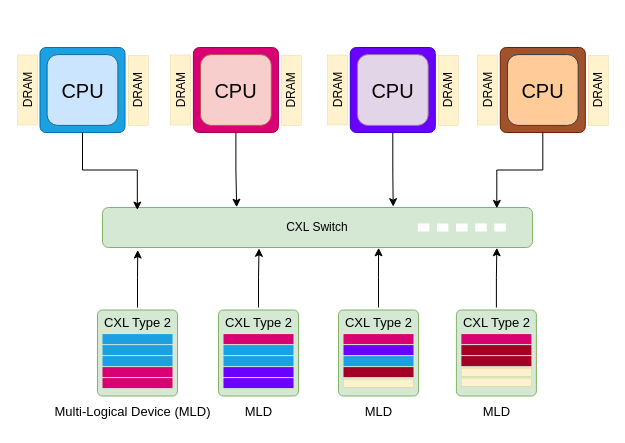
This is Copy of Figure 4b - Memory Sharing MLDs With a Switch.drawio from kamilkhan52/cxl_diagrams, a draw.io file, before an edit. Source tidied: cells renumbered, new cells numbered last; positions are measured from the earlier drawing's top-left corner, leaving out a move shared by most shapes. Both pictures are drawn from the tidied source at 100%, with x=0, y=0 at pixel (-8, 47).
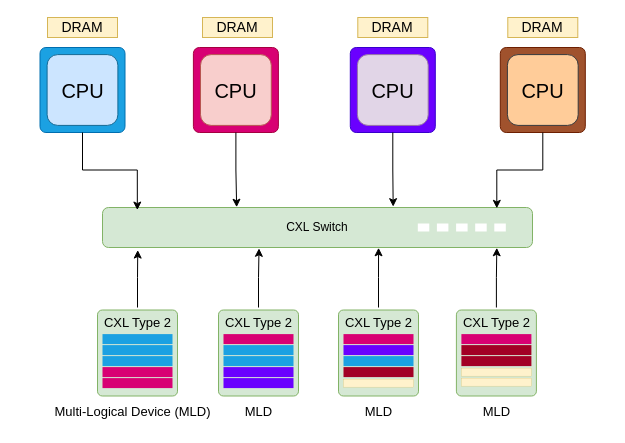
The same diagram, later.

The edit, as a diff of the source:
```diff
@@
-    <mxCell id="34" value="DRAM" style="rounded=0;whiteSpace=wrap;html=1;fillColor=#fff2cc;strokeColor=#d6b656;shadow=0;textShadow=0;strokeWidth=0.25;rotation=-90;glass=0;fillStyle=auto;gradientColor=none;" parent="1" vertex="1">
-      <mxGeometry y="32.5" width="70" height="20" as="geometry" />
-    </mxCell>
@@
-    <mxCell id="38" value="DRAM" style="rounded=0;whiteSpace=wrap;html=1;fillColor=#fff2cc;strokeColor=#d6b656;shadow=0;textShadow=0;strokeWidth=0.25;rotation=-90;glass=0;fillStyle=auto;gradientColor=none;" parent="1" vertex="1">
-      <mxGeometry x="110.7" y="33" width="70" height="20" as="geometry" />
-    </mxCell>
@@
-    <mxCell id="48" value="DRAM" style="rounded=0;whiteSpace=wrap;html=1;fillColor=#fff2cc;strokeColor=#d6b656;shadow=0;textShadow=0;strokeWidth=0.25;rotation=-90;glass=0;fillStyle=auto;gradientColor=none;" parent="1" vertex="1">
-      <mxGeometry x="153.1" y="32.5" width="70" height="20" as="geometry" />
-    </mxCell>
-    <mxCell id="49" value="DRAM" style="rounded=0;whiteSpace=wrap;html=1;fillColor=#fff2cc;strokeColor=#d6b656;shadow=0;textShadow=0;strokeWidth=0.25;rotation=-90;glass=0;fillStyle=auto;gradientColor=none;" parent="1" vertex="1">
-      <mxGeometry x="263.9" y="33" width="70" height="20" as="geometry" />
-    </mxCell>
-    <mxCell id="50" value="DRAM" style="rounded=0;whiteSpace=wrap;html=1;fillColor=#fff2cc;strokeColor=#d6b656;shadow=0;textShadow=0;strokeWidth=0.25;rotation=-90;glass=0;fillStyle=auto;gradientColor=none;" parent="1" vertex="1">
-      <mxGeometry x="310" y="32.5" width="70" height="20" as="geometry" />
-    </mxCell>
-    <mxCell id="51" value="DRAM" style="rounded=0;whiteSpace=wrap;html=1;fillColor=#fff2cc;strokeColor=#d6b656;shadow=0;textShadow=0;strokeWidth=0.25;rotation=-90;glass=0;fillStyle=auto;gradientColor=none;" parent="1" vertex="1">
-      <mxGeometry x="420.7" y="33" width="70" height="20" as="geometry" />
-    </mxCell>
-    <mxCell id="52" value="DRAM" style="rounded=0;whiteSpace=wrap;html=1;fillColor=#fff2cc;strokeColor=#d6b656;shadow=0;textShadow=0;strokeWidth=0.25;rotation=-90;glass=0;fillStyle=auto;gradientColor=none;" parent="1" vertex="1">
-      <mxGeometry x="460" y="32.5" width="70" height="20" as="geometry" />
+    <mxCell id="52" value="DRAM" style="rounded=0;whiteSpace=wrap;html=1;fillColor=#fff2cc;strokeColor=#d6b656;shadow=0;textShadow=0;strokeWidth=1;rotation=0;glass=0;fillStyle=auto;gradientColor=none;fontSize=14;" parent="1" vertex="1">
+      <mxGeometry x="55" y="-30" width="70" height="20" as="geometry" />
     </mxCell>
-    <mxCell id="53" value="DRAM" style="rounded=0;whiteSpace=wrap;html=1;fillColor=#fff2cc;strokeColor=#d6b656;shadow=0;textShadow=0;strokeWidth=0.25;rotation=-90;glass=0;fillStyle=auto;gradientColor=none;" parent="1" vertex="1">
-      <mxGeometry x="570.7" y="33" width="70" height="20" as="geometry" />
-    </mxCell>
@@
+    <mxCell id="69" value="DRAM" style="rounded=0;whiteSpace=wrap;html=1;fillColor=#fff2cc;strokeColor=#d6b656;shadow=0;textShadow=0;strokeWidth=1;rotation=0;glass=0;fillStyle=auto;gradientColor=none;fontSize=14;" parent="1" vertex="1">
+      <mxGeometry x="210" y="-30" width="70" height="20" as="geometry" />
+    </mxCell>
+    <mxCell id="70" value="DRAM" style="rounded=0;whiteSpace=wrap;html=1;fillColor=#fff2cc;strokeColor=#d6b656;shadow=0;textShadow=0;strokeWidth=1;rotation=0;glass=0;fillStyle=auto;gradientColor=none;fontSize=14;" parent="1" vertex="1">
+      <mxGeometry x="365.3" y="-30" width="70" height="20" as="geometry" />
+    </mxCell>
+    <mxCell id="71" value="DRAM" style="rounded=0;whiteSpace=wrap;html=1;fillColor=#fff2cc;strokeColor=#d6b656;shadow=0;textShadow=0;strokeWidth=1;rotation=0;glass=0;fillStyle=auto;gradientColor=none;fontSize=14;" parent="1" vertex="1">
+      <mxGeometry x="515.3" y="-30" width="70" height="20" as="geometry" />
+    </mxCell>
```
